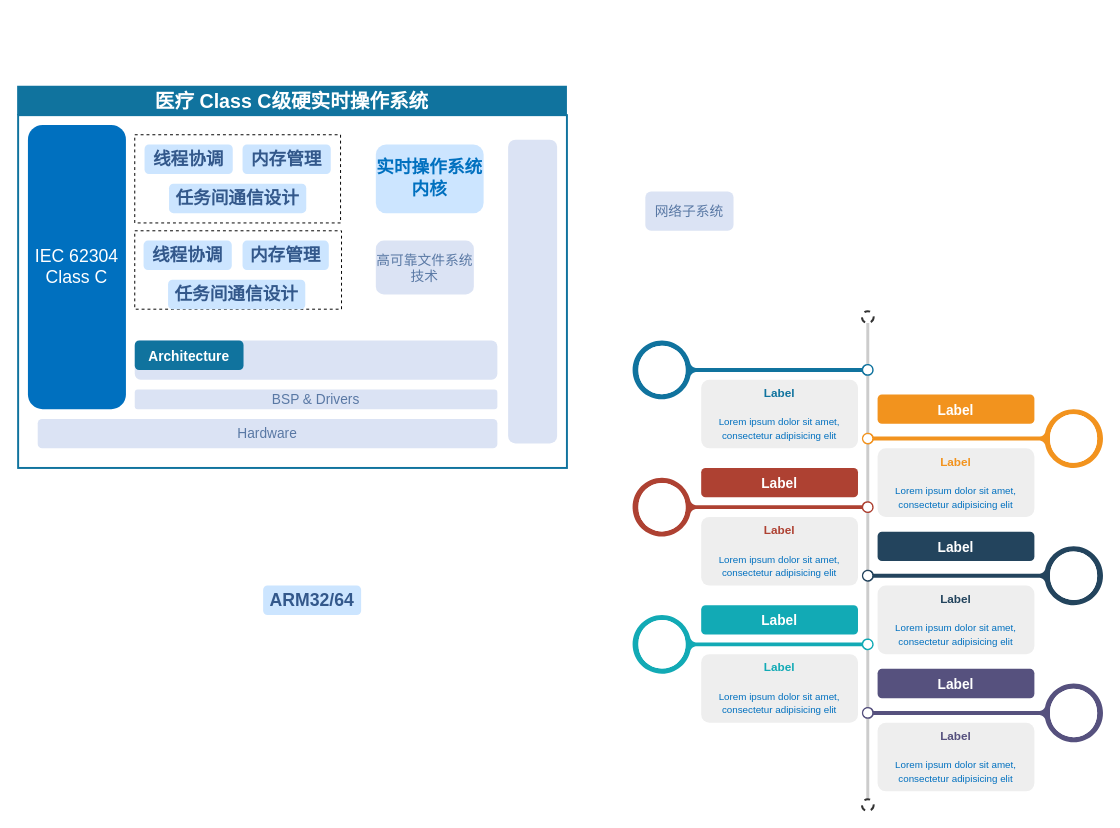
Before: page "总体架构" (2 of 2) of draw/Untitled Diagram.drawio in peng-fan/drawio, a draw.io diagram. Source tidied: cells renumbered, new cells numbered last; positions are measured from the earlier drawing's top-left corner, leaving out a move shared by most shapes. Both pictures are drawn from the tidied source at 98%, with x=0, y=0 at pixel (17, 85).
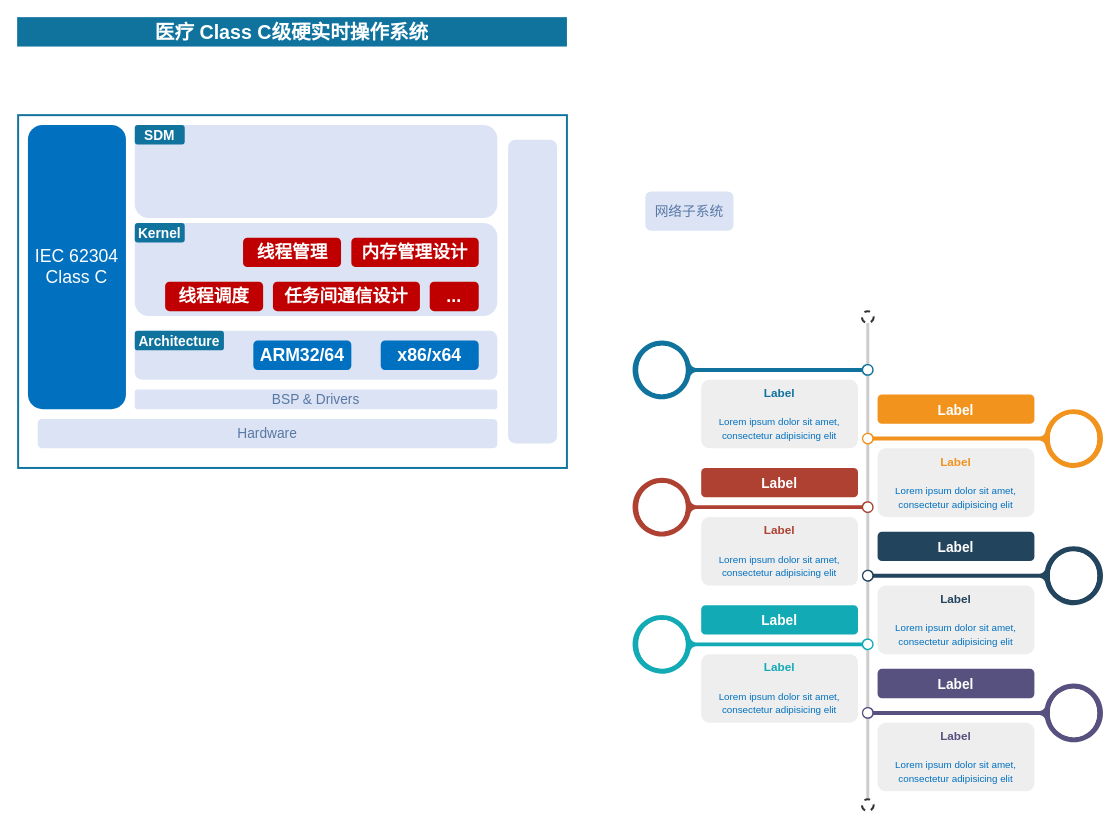
After the change.

The edit, as a diff of the source:
```diff
@@
     <mxCell id="3" value="&lt;font color=&quot;#ffffff&quot; size=&quot;1&quot;&gt;&lt;b style=&quot;font-size: 20px&quot;&gt;医疗 Class C级硬实时操作系统&lt;/b&gt;&lt;/font&gt;" style="rounded=0;whiteSpace=wrap;html=1;fontSize=14;fontColor=#000000;fillColor=#10739E;strokeColor=none;" parent="1" vertex="1">
-      <mxGeometry width="561" height="30" as="geometry" />
+      <mxGeometry y="-70" width="561" height="30" as="geometry" />
     </mxCell>
-    <mxCell id="4" style="rounded=0;whiteSpace=wrap;html=1;fontSize=14;fontColor=#000000;dashed=1;" parent="1" vertex="1">
-      <mxGeometry x="120" y="50" width="210" height="90" as="geometry" />
-    </mxCell>
-    <mxCell id="5" value="&lt;font color=&quot;#33588b&quot; size=&quot;1&quot;&gt;&lt;b style=&quot;font-size: 18px&quot;&gt;线程协调&lt;/b&gt;&lt;/font&gt;" style="rounded=1;whiteSpace=wrap;html=1;dashed=1;fontSize=14;strokeColor=none;fillColor=#cce5ff;" parent="1" vertex="1">
-      <mxGeometry x="130" y="60" width="90" height="30" as="geometry" />
-    </mxCell>
-    <mxCell id="6" style="rounded=0;whiteSpace=wrap;html=1;fontSize=14;fontColor=#000000;dashed=1;" parent="1" vertex="1">
-      <mxGeometry x="120" y="148" width="211" height="80" as="geometry" />
-    </mxCell>
@@
-    <mxCell id="8" value="&lt;b&gt;&lt;font style=&quot;font-size: 18px&quot; color=&quot;#0070bf&quot;&gt;实时操作系统内核&lt;/font&gt;&lt;/b&gt;" style="rounded=1;whiteSpace=wrap;html=1;dashed=1;fontSize=14;strokeColor=none;fillColor=#cce5ff;" parent="1" vertex="1">
-      <mxGeometry x="366" y="60" width="110" height="70" as="geometry" />
-    </mxCell>
-    <mxCell id="9" value="&lt;font color=&quot;#5978a4&quot;&gt;高可靠文件系统技术&lt;/font&gt;" style="rounded=1;whiteSpace=wrap;html=1;dashed=1;fontSize=14;strokeColor=none;fillColor=#DBE3F4;" parent="1" vertex="1">
-      <mxGeometry x="366" y="158" width="100" height="55" as="geometry" />
-    </mxCell>
@@
-    <mxCell id="13" value="&lt;font color=&quot;#33588b&quot; size=&quot;1&quot;&gt;&lt;b style=&quot;font-size: 18px&quot;&gt;内存管理&lt;/b&gt;&lt;/font&gt;" style="rounded=1;whiteSpace=wrap;html=1;dashed=1;fontSize=14;strokeColor=none;fillColor=#cce5ff;" parent="1" vertex="1">
-      <mxGeometry x="230" y="60" width="90" height="30" as="geometry" />
-    </mxCell>
-    <mxCell id="14" value="&lt;font color=&quot;#33588b&quot; size=&quot;1&quot;&gt;&lt;b style=&quot;font-size: 18px&quot;&gt;任务间通信设计&lt;/b&gt;&lt;/font&gt;" style="rounded=1;whiteSpace=wrap;html=1;dashed=1;fontSize=14;strokeColor=none;fillColor=#cce5ff;" parent="1" vertex="1">
-      <mxGeometry x="155" y="100" width="140" height="30" as="geometry" />
-    </mxCell>
-    <mxCell id="15" value="&lt;font color=&quot;#33588b&quot; size=&quot;1&quot;&gt;&lt;b style=&quot;font-size: 18px&quot;&gt;线程协调&lt;/b&gt;&lt;/font&gt;" style="rounded=1;whiteSpace=wrap;html=1;dashed=1;fontSize=14;strokeColor=none;fillColor=#cce5ff;" parent="1" vertex="1">
-      <mxGeometry x="129" y="158" width="90" height="30" as="geometry" />
-    </mxCell>
-    <mxCell id="16" value="&lt;font color=&quot;#33588b&quot; size=&quot;1&quot;&gt;&lt;b style=&quot;font-size: 18px&quot;&gt;内存管理&lt;/b&gt;&lt;/font&gt;" style="rounded=1;whiteSpace=wrap;html=1;dashed=1;fontSize=14;strokeColor=none;fillColor=#cce5ff;" parent="1" vertex="1">
-      <mxGeometry x="230" y="158" width="88" height="30" as="geometry" />
-    </mxCell>
-    <mxCell id="17" value="&lt;font color=&quot;#33588b&quot; size=&quot;1&quot;&gt;&lt;b style=&quot;font-size: 18px&quot;&gt;任务间通信设计&lt;/b&gt;&lt;/font&gt;" style="rounded=1;whiteSpace=wrap;html=1;dashed=1;fontSize=14;strokeColor=none;fillColor=#cce5ff;" parent="1" vertex="1">
-      <mxGeometry x="154" y="198" width="140" height="30" as="geometry" />
-    </mxCell>
@@
     <mxCell id="19" style="rounded=1;whiteSpace=wrap;html=1;dashed=1;fontSize=14;strokeColor=none;fillColor=#DBE3F4;" parent="1" vertex="1">
-      <mxGeometry x="120" y="260" width="370" height="40" as="geometry" />
+      <mxGeometry x="120" y="250" width="370" height="50" as="geometry" />
     </mxCell>
@@
     <mxCell id="29" value="Architecture" style="fillColor=#10739E;strokecolor=none;rounded=1;fontColor=#FFFFFF;strokeColor=none;fontStyle=1;fontSize=14;dashed=1;" parent="1" vertex="1">
-      <mxGeometry x="120" y="260" width="111" height="30" as="geometry" />
+      <mxGeometry x="120" y="250" width="91" height="20" as="geometry" />
     </mxCell>
@@
-    <mxCell id="41" value="&lt;font color=&quot;#33588b&quot; size=&quot;1&quot;&gt;&lt;b style=&quot;font-size: 18px&quot;&gt;ARM32/64&lt;/b&gt;&lt;/font&gt;" style="rounded=1;whiteSpace=wrap;html=1;dashed=1;fontSize=14;strokeColor=none;fillColor=#cce5ff;" parent="1" vertex="1">
-      <mxGeometry x="251" y="510" width="100" height="30" as="geometry" />
+    <mxCell id="41" value="&lt;font size=&quot;1&quot; color=&quot;#ffffff&quot;&gt;&lt;b style=&quot;font-size: 18px&quot;&gt;ARM32/64&lt;/b&gt;&lt;/font&gt;" style="rounded=1;whiteSpace=wrap;html=1;dashed=1;fontSize=14;strokeColor=none;fillColor=#0070C0;" parent="1" vertex="1">
+      <mxGeometry x="241" y="260" width="100" height="30" as="geometry" />
     </mxCell>
+    <mxCell id="42" value="&lt;font color=&quot;#ffffff&quot;&gt;&lt;span style=&quot;font-size: 18px&quot;&gt;&lt;b&gt;x86/x64&lt;/b&gt;&lt;/span&gt;&lt;/font&gt;" style="rounded=1;whiteSpace=wrap;html=1;dashed=1;fontSize=14;strokeColor=none;fillColor=#0070C0;" parent="1" vertex="1">
+      <mxGeometry x="371" y="260" width="100" height="30" as="geometry" />
+    </mxCell>
+    <mxCell id="43" style="rounded=1;whiteSpace=wrap;html=1;dashed=1;fontSize=14;strokeColor=none;fillColor=#DBE3F4;" parent="1" vertex="1">
+      <mxGeometry x="120" y="140" width="370" height="95" as="geometry" />
+    </mxCell>
+    <mxCell id="44" value="Kernel" style="fillColor=#10739E;strokecolor=none;rounded=1;fontColor=#FFFFFF;strokeColor=none;fontStyle=1;fontSize=14;dashed=1;" parent="1" vertex="1">
+      <mxGeometry x="120" y="140" width="51" height="20" as="geometry" />
+    </mxCell>
+    <mxCell id="45" value="&lt;font color=&quot;#ffffff&quot;&gt;&lt;span style=&quot;font-size: 18px&quot;&gt;&lt;b&gt;线程管理&lt;/b&gt;&lt;/span&gt;&lt;/font&gt;" style="rounded=1;whiteSpace=wrap;html=1;dashed=1;fontSize=14;strokeColor=none;fillColor=#C00000;" parent="1" vertex="1">
+      <mxGeometry x="230.5" y="155" width="100" height="30" as="geometry" />
+    </mxCell>
+    <mxCell id="46" value="&lt;font color=&quot;#ffffff&quot;&gt;&lt;span style=&quot;font-size: 18px&quot;&gt;&lt;b&gt;内存管理设计&lt;/b&gt;&lt;/span&gt;&lt;/font&gt;" style="rounded=1;whiteSpace=wrap;html=1;dashed=1;fontSize=14;strokeColor=none;fillColor=#C00000;" parent="1" vertex="1">
+      <mxGeometry x="341" y="155" width="130" height="30" as="geometry" />
+    </mxCell>
+    <mxCell id="47" value="&lt;font color=&quot;#ffffff&quot;&gt;&lt;span style=&quot;font-size: 18px&quot;&gt;&lt;b&gt;任务间通信设计&lt;/b&gt;&lt;/span&gt;&lt;/font&gt;" style="rounded=1;whiteSpace=wrap;html=1;dashed=1;fontSize=14;strokeColor=none;fillColor=#C00000;" parent="1" vertex="1">
+      <mxGeometry x="261" y="200" width="150" height="30" as="geometry" />
+    </mxCell>
+    <mxCell id="48" value="&lt;font color=&quot;#ffffff&quot;&gt;&lt;span style=&quot;font-size: 18px&quot;&gt;&lt;b&gt;线程调度&lt;/b&gt;&lt;/span&gt;&lt;/font&gt;" style="rounded=1;whiteSpace=wrap;html=1;dashed=1;fontSize=14;strokeColor=none;fillColor=#C00000;" parent="1" vertex="1">
+      <mxGeometry x="151" y="200" width="100" height="30" as="geometry" />
+    </mxCell>
+    <mxCell id="49" value="&lt;font color=&quot;#ffffff&quot;&gt;&lt;span style=&quot;font-size: 18px&quot;&gt;&lt;b&gt;...&lt;/b&gt;&lt;/span&gt;&lt;/font&gt;" style="rounded=1;whiteSpace=wrap;html=1;dashed=1;fontSize=14;strokeColor=none;fillColor=#C00000;" parent="1" vertex="1">
+      <mxGeometry x="421" y="200" width="50" height="30" as="geometry" />
+    </mxCell>
+    <mxCell id="50" style="rounded=1;whiteSpace=wrap;html=1;dashed=1;fontSize=14;strokeColor=none;fillColor=#DBE3F4;" parent="1" vertex="1">
+      <mxGeometry x="120" y="40" width="370" height="95" as="geometry" />
+    </mxCell>
+    <mxCell id="51" value="SDM" style="fillColor=#10739E;strokecolor=none;rounded=1;fontColor=#FFFFFF;strokeColor=none;fontStyle=1;fontSize=14;dashed=1;" parent="1" vertex="1">
+      <mxGeometry x="120" y="40" width="51" height="20" as="geometry" />
+    </mxCell>
```
